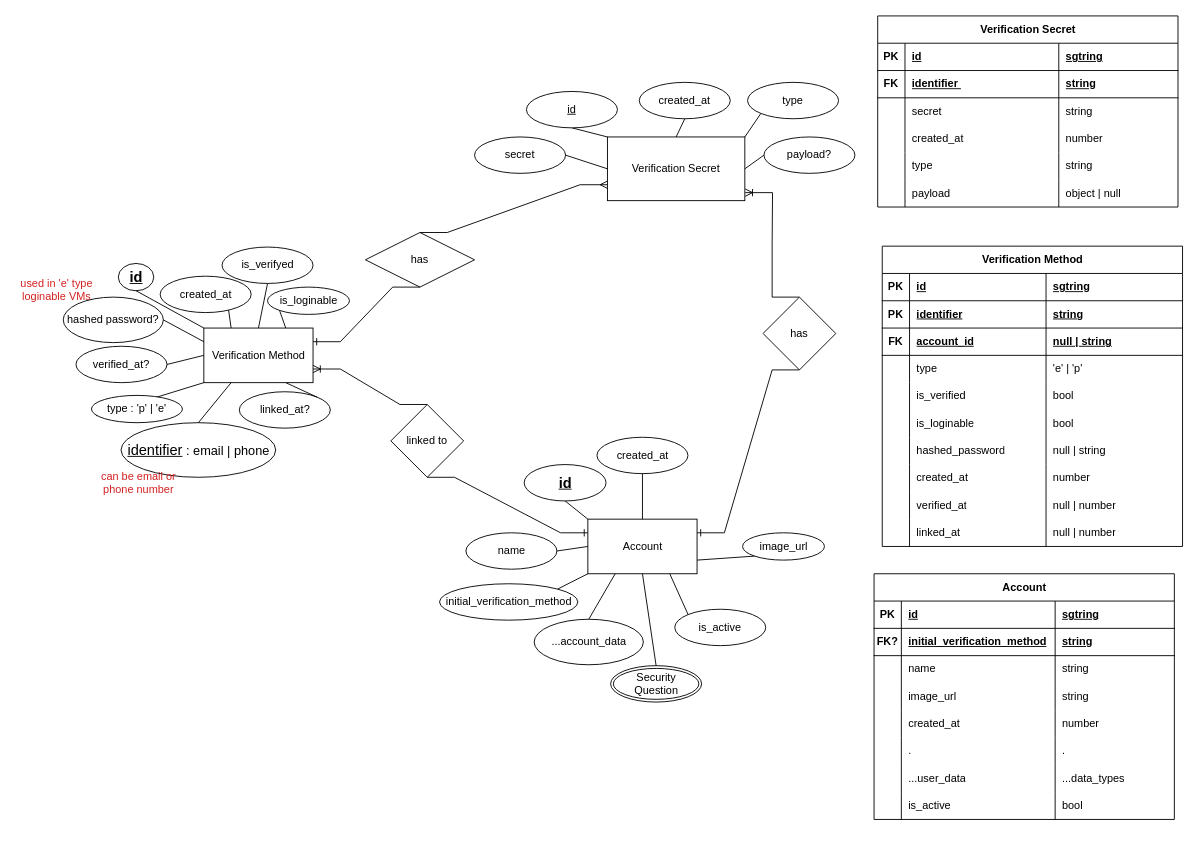
hosam95/badan-Auth keeps this draw.io diagram as page "Page-2" (2 of 2) of Auth logic Diagram.drawio. Above is the earlier version. Source tidied: cells renumbered, new cells numbered last; positions are measured from the earlier drawing's top-left corner, leaving out a move shared by most shapes. Both pictures are drawn from the tidied source at 91%, with x=0, y=0 at pixel (15, 15).
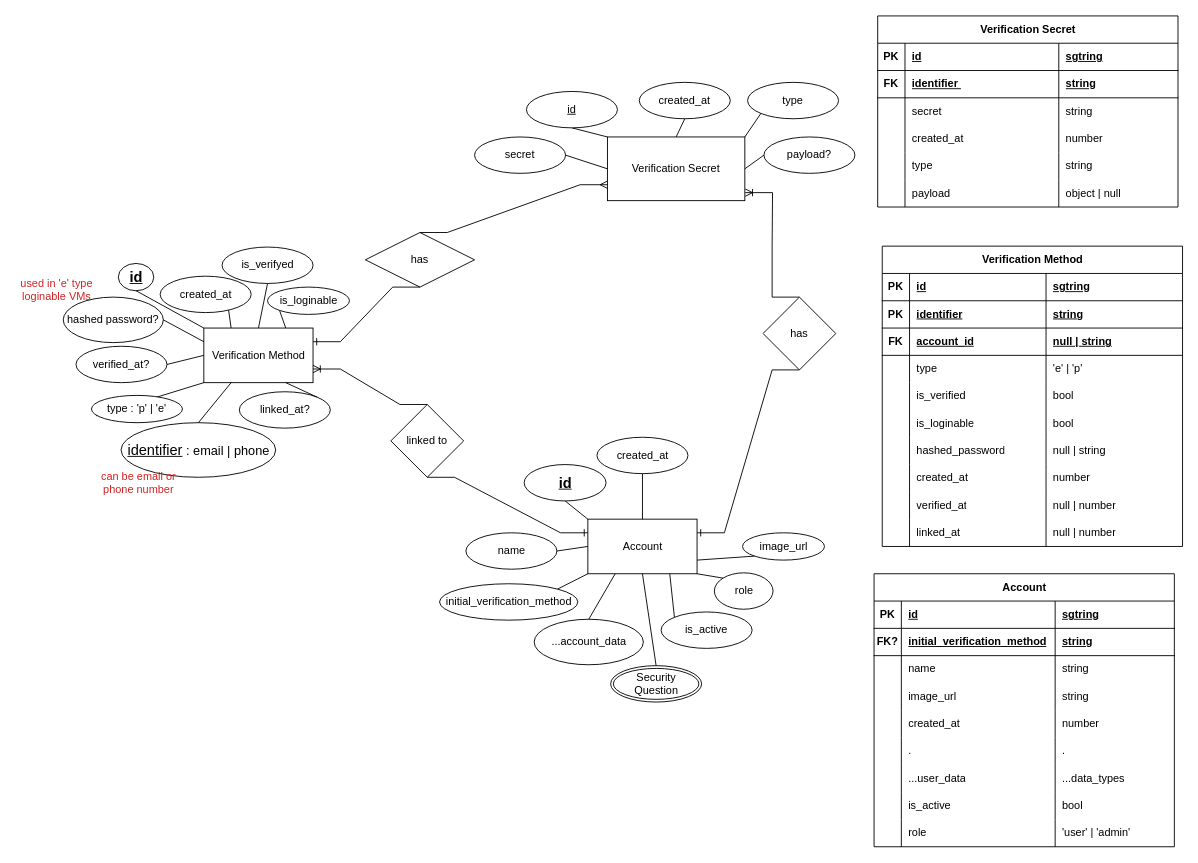
After the change.

The change refers to these unchanged cells:
```xml
<mxCell id="12" value="Account" style="rounded=0;whiteSpace=wrap;html=1;" parent="1" vertex="1">
  <mxGeometry x="628.5" y="553" width="120" height="60" as="geometry" />
</mxCell>
```

What changed in the source:
```diff
@@
     <mxCell id="70" value="Account" style="shape=table;startSize=30;childLayout=tableLayout;rowLines=0;fontStyle=1;align=center;html=1;" parent="1" vertex="1">
-      <mxGeometry x="943" y="613" width="330" height="270" as="geometry" />
+      <mxGeometry x="943" y="613" width="330" height="300" as="geometry" />
     </mxCell>
@@
+    <mxCell id="160" style="shape=tableRow;horizontal=0;startSize=0;swimlaneHead=0;swimlaneBody=0;fillColor=none;top=0;left=0;right=0;bottom=0;" parent="70" vertex="1">
+      <mxGeometry y="270" width="330" height="30" as="geometry" />
+    </mxCell>
+    <mxCell id="161" style="shape=partialRectangle;fillColor=none;top=0;left=0;bottom=0;right=0;overflow=hidden;whiteSpace=wrap;html=1;" parent="160" vertex="1">
+      <mxGeometry width="30" height="30" as="geometry" />
+    </mxCell>
+    <mxCell id="162" value="role" style="shape=partialRectangle;fillColor=none;top=0;left=0;bottom=0;right=0;align=left;spacingLeft=6;overflow=hidden;whiteSpace=wrap;html=1;" parent="160" vertex="1">
+      <mxGeometry x="30" width="169" height="30" as="geometry" />
+    </mxCell>
+    <mxCell id="163" value="'user' | 'admin'" style="shape=partialRectangle;fillColor=none;top=0;left=0;bottom=0;right=0;align=left;spacingLeft=6;overflow=hidden;whiteSpace=wrap;html=1;" parent="160" vertex="1">
+      <mxGeometry x="199" width="131" height="30" as="geometry" />
+    </mxCell>
@@
     <mxCell id="158" value="is_active" style="ellipse;whiteSpace=wrap;html=1;align=center;" parent="1" vertex="1">
-      <mxGeometry x="724" y="652" width="100" height="40" as="geometry" />
+      <mxGeometry x="709" y="655" width="100" height="40" as="geometry" />
     </mxCell>
@@
+    <mxCell id="164" style="endArrow=none;html=1;rounded=0;exitX=1;exitY=1;exitDx=0;exitDy=0;entryX=0;entryY=0;entryDx=0;entryDy=0;" parent="1" edge="1" source="12" target="165">
+      <mxGeometry relative="1" as="geometry" />
+    </mxCell>
+    <mxCell id="165" value="role" style="ellipse;whiteSpace=wrap;html=1;align=center;" parent="1" vertex="1">
+      <mxGeometry x="767.5" y="612" width="64.5" height="40" as="geometry" />
+    </mxCell>
```
